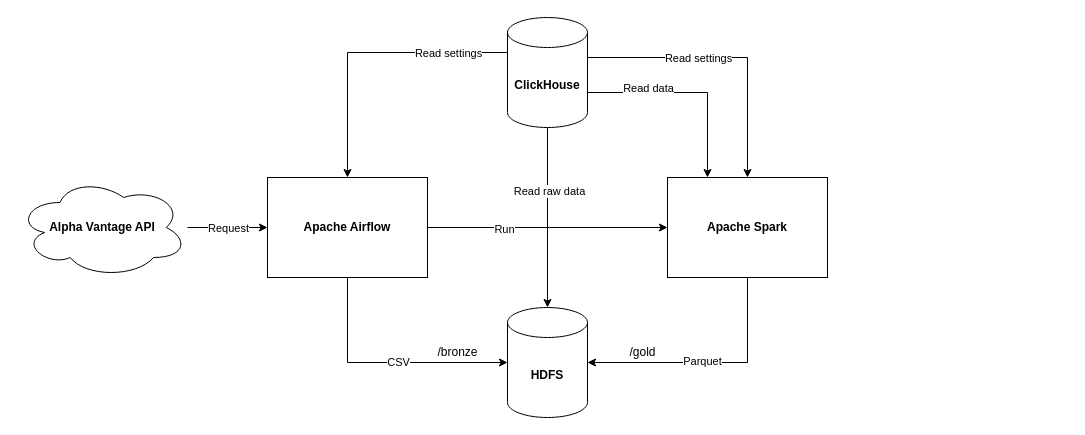
This is docs/diagram.drawio from data-engineer-course/stocash, a draw.io file, before an edit. Source tidied: cells renumbered, new cells numbered last; positions are measured from the earlier drawing's top-left corner, leaving out a move shared by most shapes. Both pictures are drawn from the tidied source at 100%, with x=0, y=0 at pixel (17, 17).
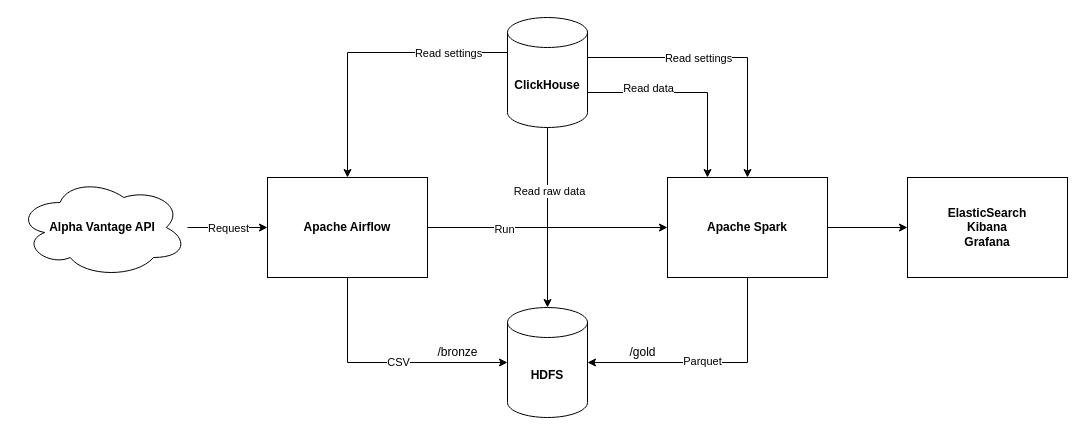
The same diagram, later.

Commit message (it also covers changes not shown here):
elasticsearch, kibana

Unchanged cells that the change refers to:
```xml
<mxCell id="17" value="Apache Spark" style="rounded=0;whiteSpace=wrap;html=1;fontStyle=1;" parent="1" vertex="1">
  <mxGeometry x="650" y="160" width="160" height="100" as="geometry" />
</mxCell>
```

What changed in the source:
```diff
@@
+    <mxCell id="25" style="edgeStyle=orthogonalEdgeStyle;rounded=0;jettySize=auto;html=1;" parent="1" edge="1" source="17" target="26">
+      <mxGeometry relative="1" as="geometry" />
+    </mxCell>
@@
+    <mxCell id="26" value="ElasticSearch&lt;br&gt;Kibana&lt;br&gt;Grafana" style="rounded=0;whiteSpace=wrap;html=1;fontStyle=1;" parent="1" vertex="1">
+      <mxGeometry x="890" y="160" width="160" height="100" as="geometry" />
+    </mxCell>
```
